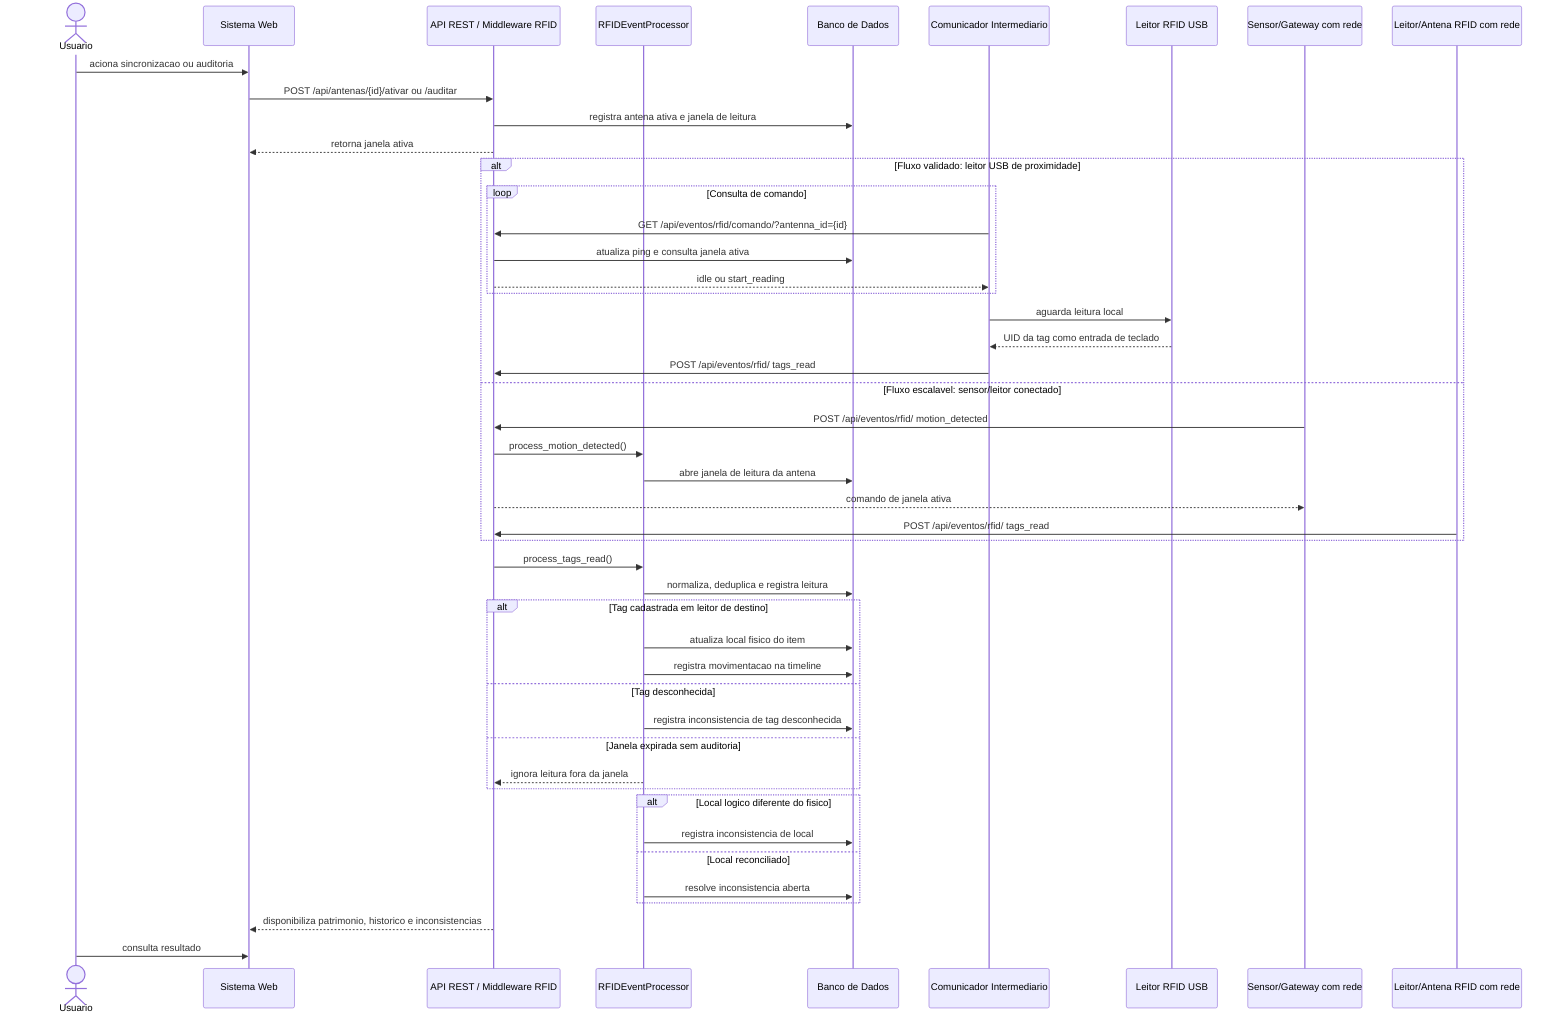
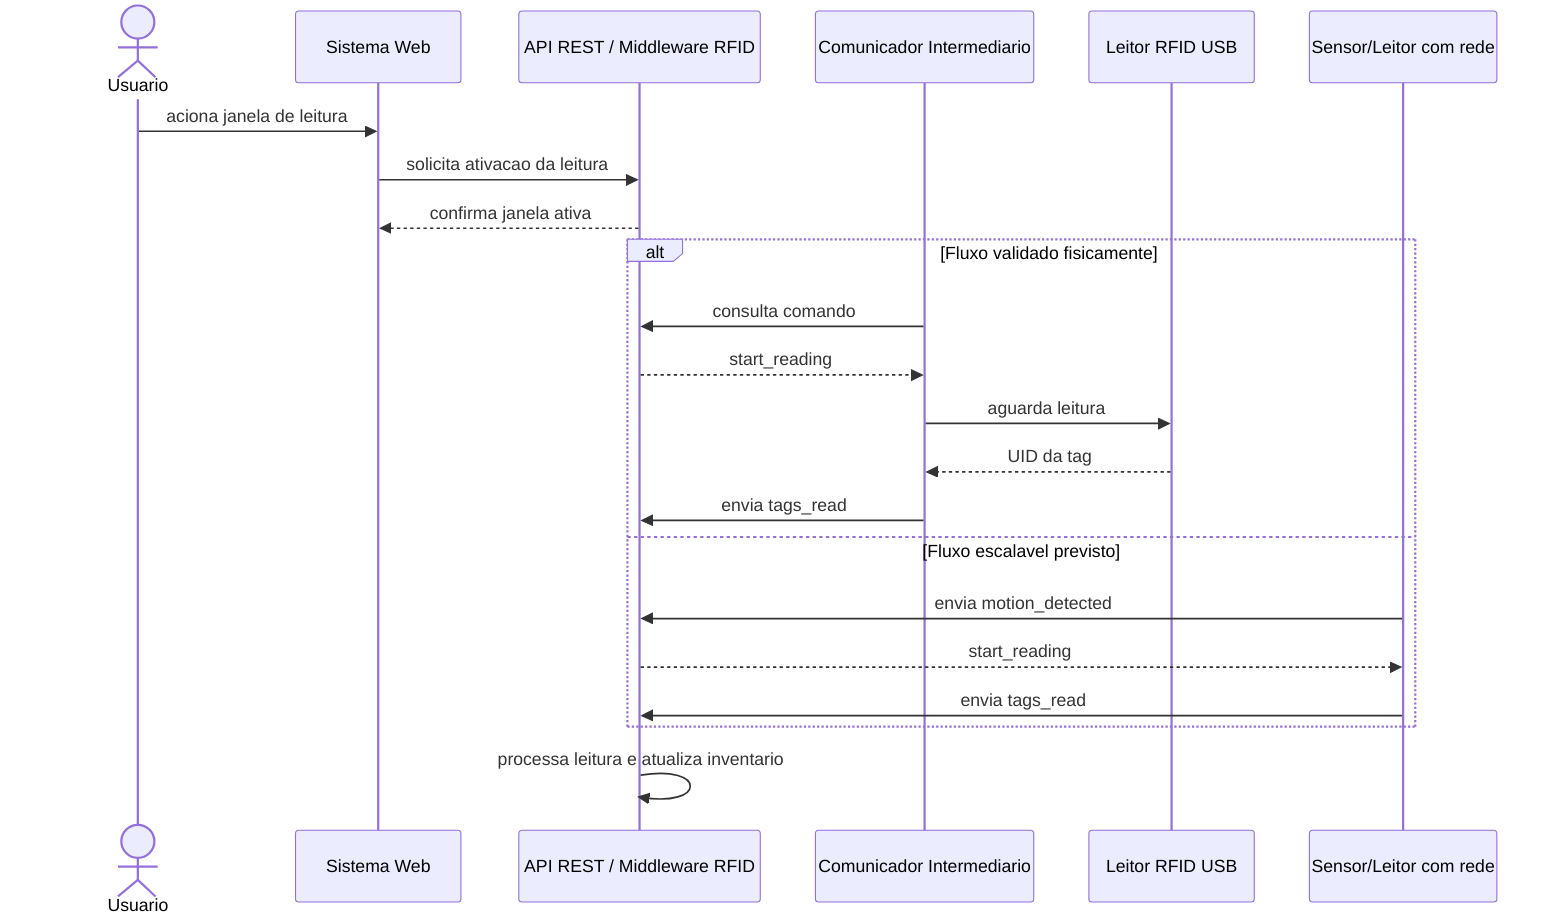
sequenceDiagram
    actor Usuario as Usuario
-     participant Frontend as Sistema Web
+     participant Web as Sistema Web
    participant API as API REST / Middleware RFID
-     participant Processor as RFIDEventProcessor
-     participant DB as Banco de Dados
    participant Gateway as Comunicador Intermediario
    participant USB as Leitor RFID USB
-     participant Sensor as Sensor/Gateway com rede
-     participant Antena as Leitor/Antena RFID com rede
+     participant Rede as Sensor/Leitor com rede

-     Usuario->>Frontend: aciona sincronizacao ou auditoria
-     Frontend->>API: POST /api/antenas/{id}/ativar ou /auditar
-     API->>DB: registra antena ativa e janela de leitura
-     API-->>Frontend: retorna janela ativa
+     Usuario->>Web: aciona janela de leitura
+     Web->>API: solicita ativacao da leitura
+     API-->>Web: confirma janela ativa

-     alt Fluxo validado: leitor USB de proximidade
-         loop Consulta de comando
-             Gateway->>API: GET /api/eventos/rfid/comando/?antenna_id={id}
-             API->>DB: atualiza ping e consulta janela ativa
-             API-->>Gateway: idle ou start_reading
-         end
- 
-         Gateway->>USB: aguarda leitura local
-         USB-->>Gateway: UID da tag como entrada de teclado
-         Gateway->>API: POST /api/eventos/rfid/ tags_read
-     else Fluxo escalavel: sensor/leitor conectado
-         Sensor->>API: POST /api/eventos/rfid/ motion_detected
-         API->>Processor: process_motion_detected()
-         Processor->>DB: abre janela de leitura da antena
-         API-->>Sensor: comando de janela ativa
- 
-         Antena->>API: POST /api/eventos/rfid/ tags_read
+     alt Fluxo validado fisicamente
+         Gateway->>API: consulta comando
+         API-->>Gateway: start_reading
+         Gateway->>USB: aguarda leitura
+         USB-->>Gateway: UID da tag
+         Gateway->>API: envia tags_read
+     else Fluxo escalavel previsto
+         Rede->>API: envia motion_detected
+         API-->>Rede: start_reading
+         Rede->>API: envia tags_read
    end

-     API->>Processor: process_tags_read()
-     Processor->>DB: normaliza, deduplica e registra leitura
- 
-     alt Tag cadastrada em leitor de destino
-         Processor->>DB: atualiza local fisico do item
-         Processor->>DB: registra movimentacao na timeline
-     else Tag desconhecida
-         Processor->>DB: registra inconsistencia de tag desconhecida
-     else Janela expirada sem auditoria
-         Processor-->>API: ignora leitura fora da janela
-     end
- 
-     alt Local logico diferente do fisico
-         Processor->>DB: registra inconsistencia de local
-     else Local reconciliado
-         Processor->>DB: resolve inconsistencia aberta
-     end
- 
-     API-->>Frontend: disponibiliza patrimonio, historico e inconsistencias
-     Usuario->>Frontend: consulta resultado
+     API->>API: processa leitura e atualiza inventario
